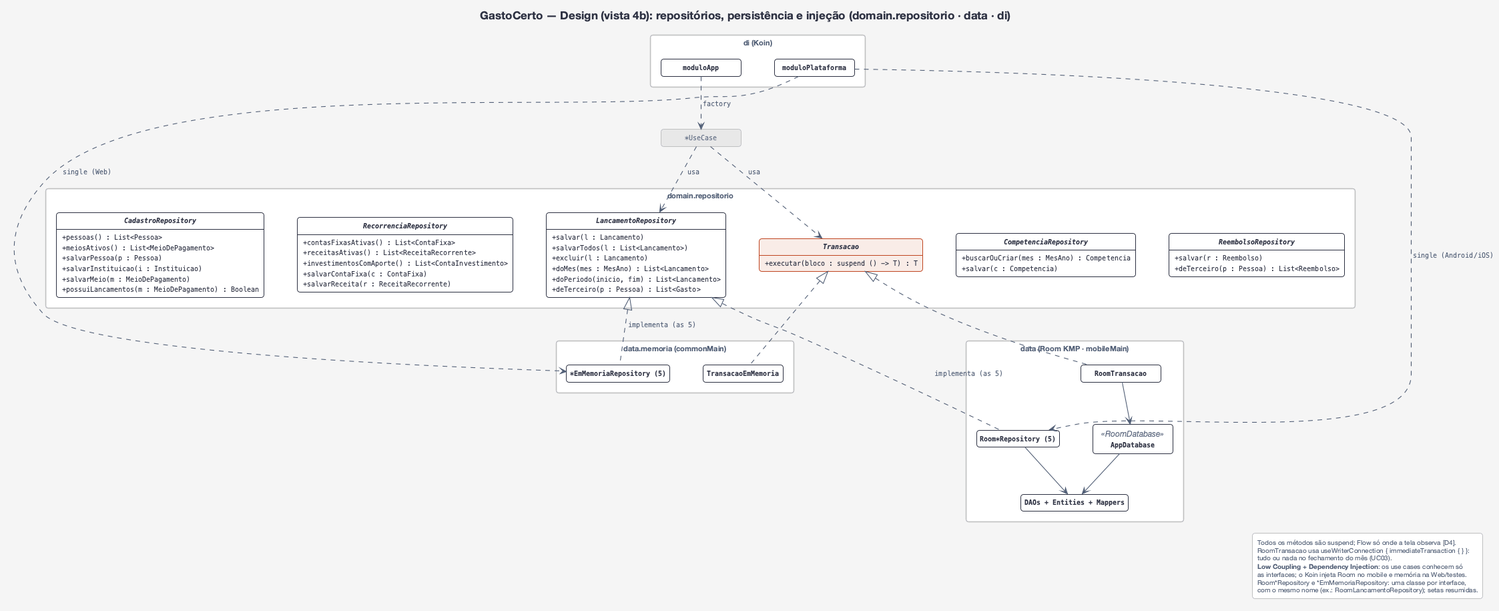
Earlier version of the PlantUML export docs/uml/design-4b-persistencia.png (gabrielfbarbosa/gasto-certo). The source it was exported from:
```plantuml
@startuml design-4b-persistencia
!include estilo.iuml
hide circle
hide empty members
hide <<ref>> members
hide <<ref>> stereotype
hide <<foco>> stereotype
set separator none
title GastoCerto — Design (vista 4b): repositórios, persistência e injeção (domain.repositorio · data · di)

package "domain.repositorio" {
  interface LancamentoRepository {
    + salvar(l : Lancamento)
    + salvarTodos(l : List<Lancamento>)
    + excluir(l : Lancamento)
    + doMes(mes : MesAno) : List<Lancamento>
    + doPeriodo(inicio, fim) : List<Lancamento>
    + deTerceiro(p : Pessoa) : List<Gasto>
  }
  interface CompetenciaRepository {
    + buscarOuCriar(mes : MesAno) : Competencia
    + salvar(c : Competencia)
  }
  interface CadastroRepository {
    + pessoas() : List<Pessoa>
    + meiosAtivos() : List<MeioDePagamento>
    + salvarPessoa(p : Pessoa)
    + salvarInstituicao(i : Instituicao)
    + salvarMeio(m : MeioDePagamento)
    + possuiLancamentos(m : MeioDePagamento) : Boolean
  }
  interface RecorrenciaRepository {
    + contasFixasAtivas() : List<ContaFixa>
    + receitasAtivas() : List<ReceitaRecorrente>
    + investimentosComAporte() : List<ContaInvestimento>
    + salvarContaFixa(c : ContaFixa)
    + salvarReceita(r : ReceitaRecorrente)
  }
  interface ReembolsoRepository {
    + salvar(r : Reembolso)
    + deTerceiro(p : Pessoa) : List<Reembolso>
  }
  interface Transacao <<foco>> {
    + executar(bloco : suspend () -> T) : T
  }
}
package "data (Room KMP · mobileMain)" {
  class AppDatabase <<RoomDatabase>>
  class "Room*Repository (5)" as RoomRepos
  class RoomTransacao
  class "DAOs + Entities + Mappers" as Daos
}
package "data.memoria (commonMain)" {
  class "*EmMemoriaRepository (5)" as MemRepos
  class TransacaoEmMemoria
}
package "di (Koin)" {
  class moduloApp
  class moduloPlataforma
}
class "*UseCase" as UseCases <<ref>>

UseCases .down.> LancamentoRepository : usa
UseCases .down.> Transacao : usa
moduloApp .down.> UseCases : factory
moduloPlataforma .down.> RoomRepos : single (Android/iOS)
moduloPlataforma .down.> MemRepos : single (Web)
RoomRepos .up.|> LancamentoRepository : implementa (as 5)
RoomTransacao .up.|> Transacao
MemRepos .up.|> LancamentoRepository : implementa (as 5)
TransacaoEmMemoria .up.|> Transacao
RoomRepos --> Daos
RoomTransacao --> AppDatabase
AppDatabase --> Daos
LancamentoRepository -[hidden]down- MemRepos
CompetenciaRepository -[hidden]down- RoomRepos
CadastroRepository -[hidden]right- RecorrenciaRepository

legend right
  Todos os métodos são suspend; Flow só onde a tela observa [D4].
  RoomTransacao usa useWriterConnection { immediateTransaction { } }:
  tudo ou nada no fechamento do mês (UC03).
  <b>Low Coupling + Dependency Injection</b>: os use cases conhecem só
  as interfaces; o Koin injeta Room no mobile e memória na Web/testes.
  Room*Repository e *EmMemoriaRepository: uma classe por interface,
  com o mesmo nome (ex.: RoomLancamentoRepository); setas resumidas.
endlegend
@enduml
```
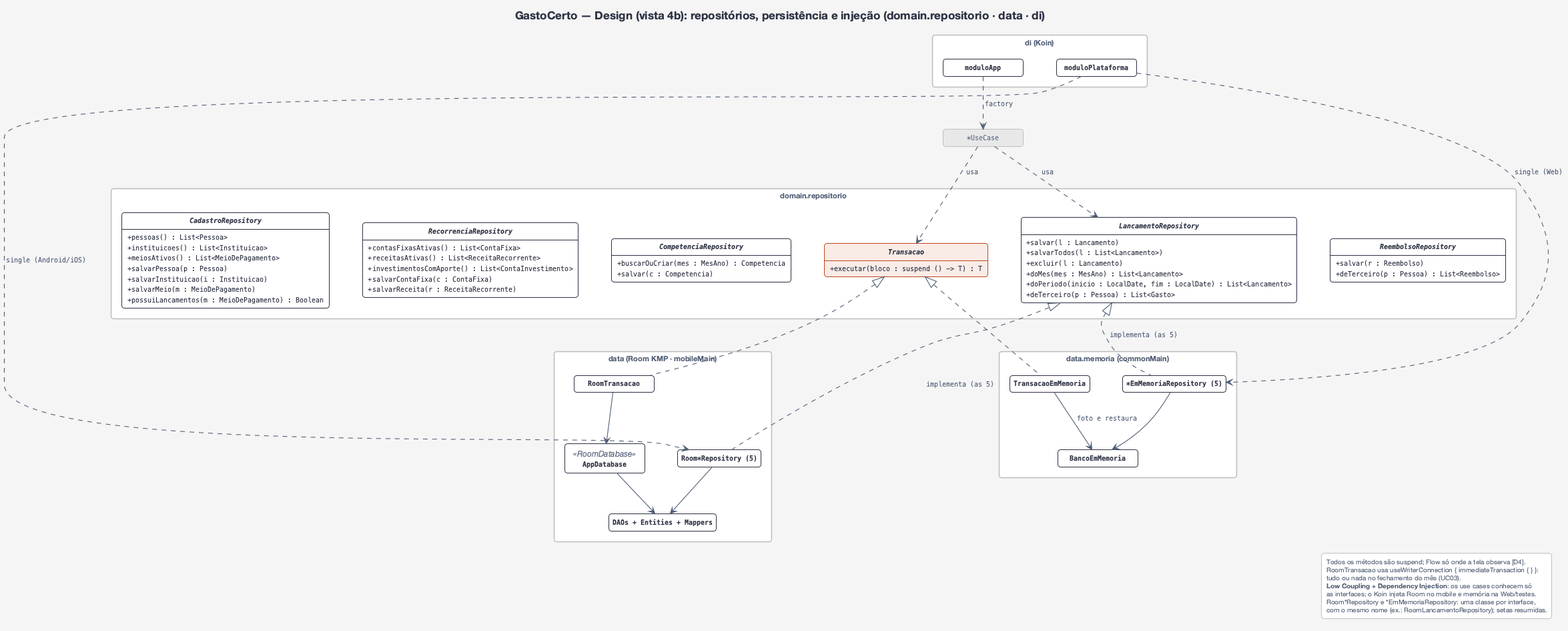
Later version of the same file.

What changed in the source:
```diff
@@ -14,7 +14,7 @@
     + salvarTodos(l : List<Lancamento>)
     + excluir(l : Lancamento)
     + doMes(mes : MesAno) : List<Lancamento>
-    + doPeriodo(inicio, fim) : List<Lancamento>
+    + doPeriodo(inicio : LocalDate, fim : LocalDate) : List<Lancamento>
     + deTerceiro(p : Pessoa) : List<Gasto>
   }
   interface CompetenciaRepository {
@@ -23,6 +23,7 @@
   }
   interface CadastroRepository {
     + pessoas() : List<Pessoa>
+    + instituicoes() : List<Instituicao>
     + meiosAtivos() : List<MeioDePagamento>
     + salvarPessoa(p : Pessoa)
     + salvarInstituicao(i : Instituicao)
@@ -53,6 +54,7 @@
 package "data.memoria (commonMain)" {
   class "*EmMemoriaRepository (5)" as MemRepos
   class TransacaoEmMemoria
+  class BancoEmMemoria
 }
 package "di (Koin)" {
   class moduloApp
@@ -69,6 +71,8 @@
 RoomTransacao .up.|> Transacao
 MemRepos .up.|> LancamentoRepository : implementa (as 5)
 TransacaoEmMemoria .up.|> Transacao
+MemRepos --> BancoEmMemoria
+TransacaoEmMemoria --> BancoEmMemoria : foto e restaura
 RoomRepos --> Daos
 RoomTransacao --> AppDatabase
 AppDatabase --> Daos
```
